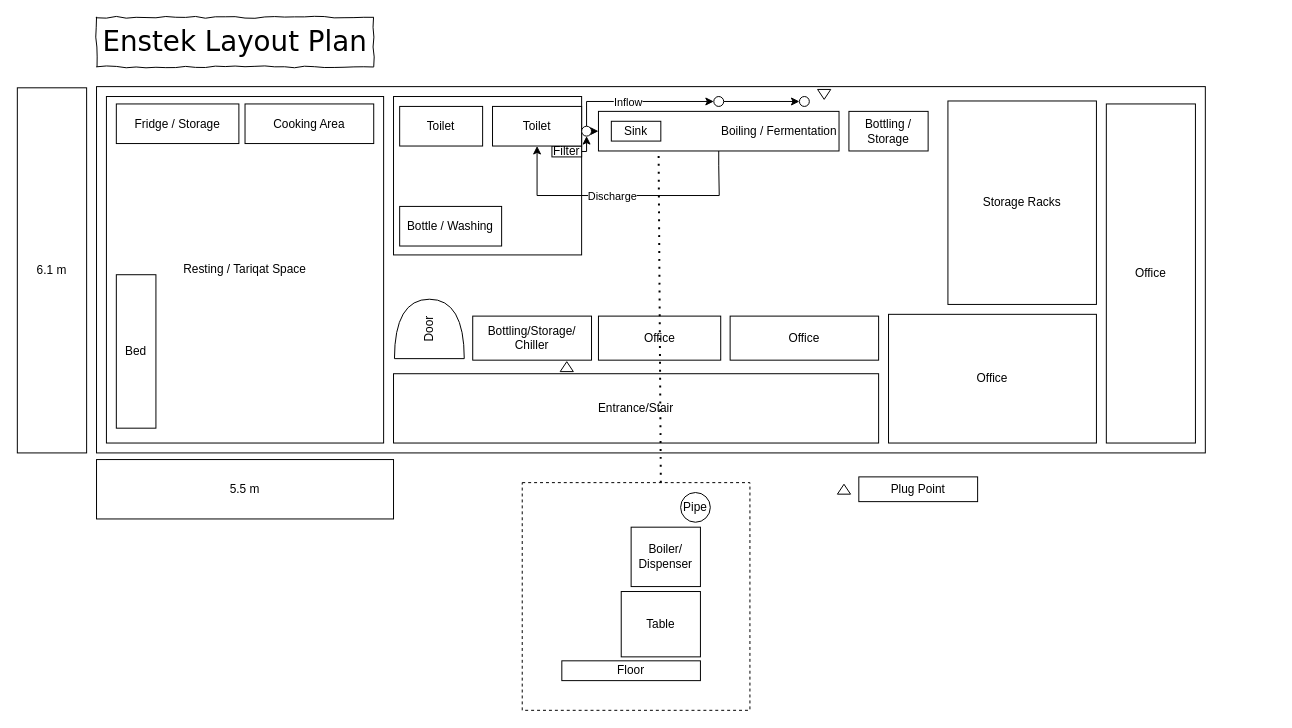
Earlier version of the draw.io diagram Untitled Diagram.drawio (afirdaus04/layoutenstek). Source tidied: cells renumbered, new cells numbered last; positions are measured from the earlier drawing's top-left corner, leaving out a move shared by most shapes. Both pictures are drawn from the tidied source at 99%, with x=0, y=0 at pixel (17, 17).
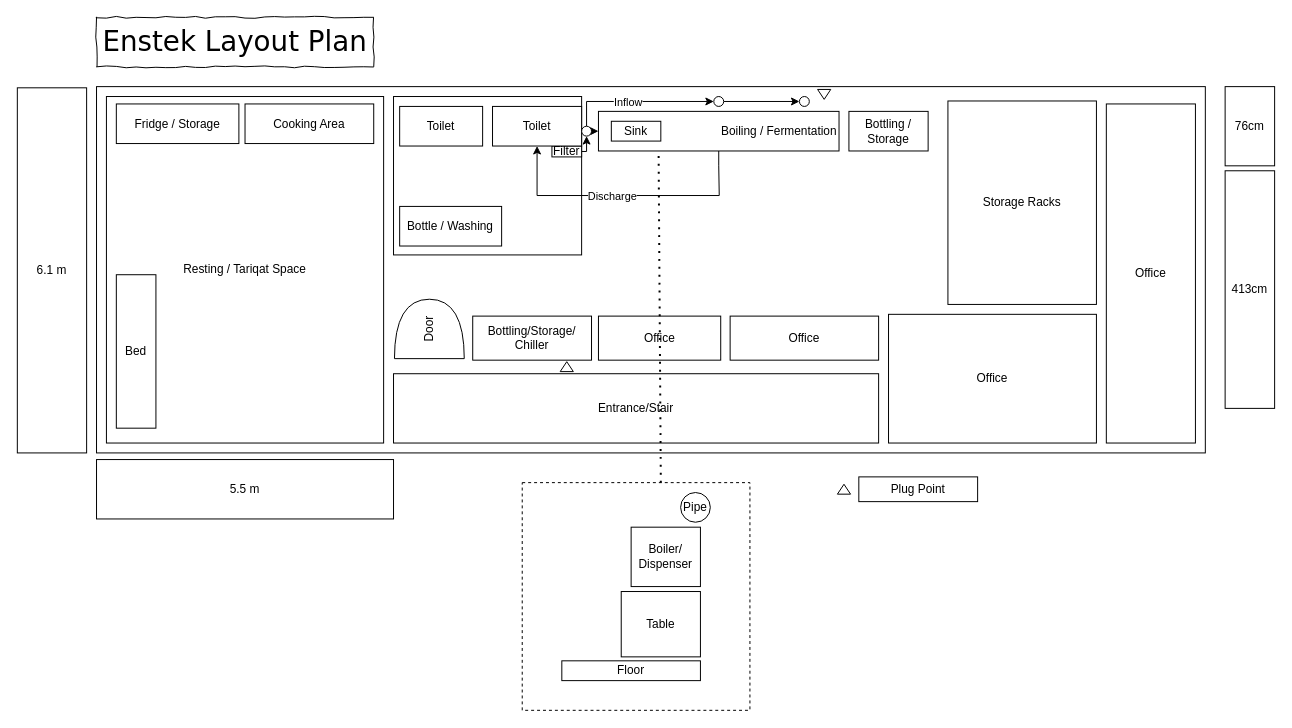
After the change.

Change to the diagram source:
```diff
@@
+    <mxCell id="46" value="413cm" style="rounded=0;whiteSpace=wrap;html=1;" parent="1" vertex="1">
+      <mxGeometry x="1220" y="155" width="50" height="240" as="geometry" />
+    </mxCell>
+    <mxCell id="47" value="76cm" style="rounded=0;whiteSpace=wrap;html=1;" parent="1" vertex="1">
+      <mxGeometry x="1220" y="70" width="50" height="80" as="geometry" />
+    </mxCell>
```
